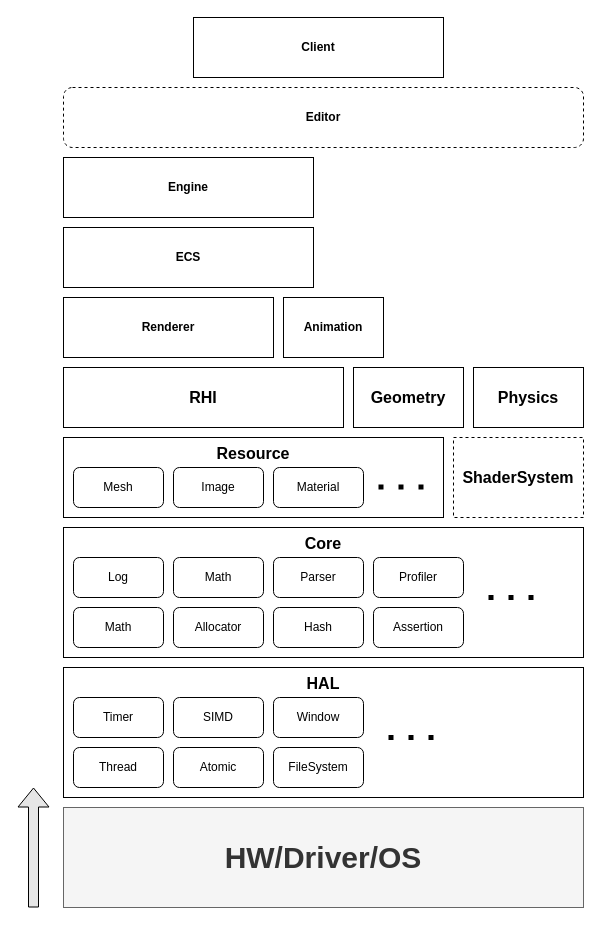
Above: Documents/Engine-Layer.drawio in Hamsik2rang/HSMR (draw.io), before the change. Source tidied: cells renumbered, new cells numbered last; positions are measured from the earlier drawing's top-left corner, leaving out a move shared by most shapes. Both pictures are drawn from the tidied source at 100%, with x=0, y=0 at pixel (33, 17).
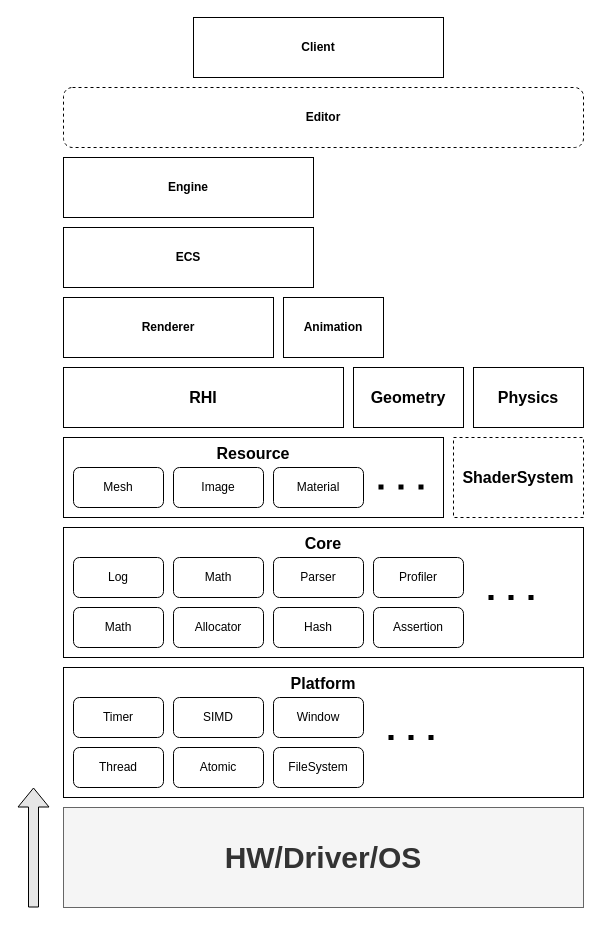
The same page after the edit.

The edit, as a diff of the source:
```diff
@@
-    <mxCell id="3" value="&lt;font style=&quot;font-size: 16px;&quot;&gt;HAL&lt;/font&gt;" style="rounded=0;whiteSpace=wrap;html=1;align=center;verticalAlign=top;fontStyle=1;" parent="1" vertex="1">
+    <mxCell id="3" value="&lt;font style=&quot;font-size: 16px;&quot;&gt;Platform&lt;/font&gt;" style="rounded=0;whiteSpace=wrap;html=1;align=center;verticalAlign=top;fontStyle=1;" parent="1" vertex="1">
       <mxGeometry x="30" y="650" width="520" height="130" as="geometry" />
     </mxCell>
```
